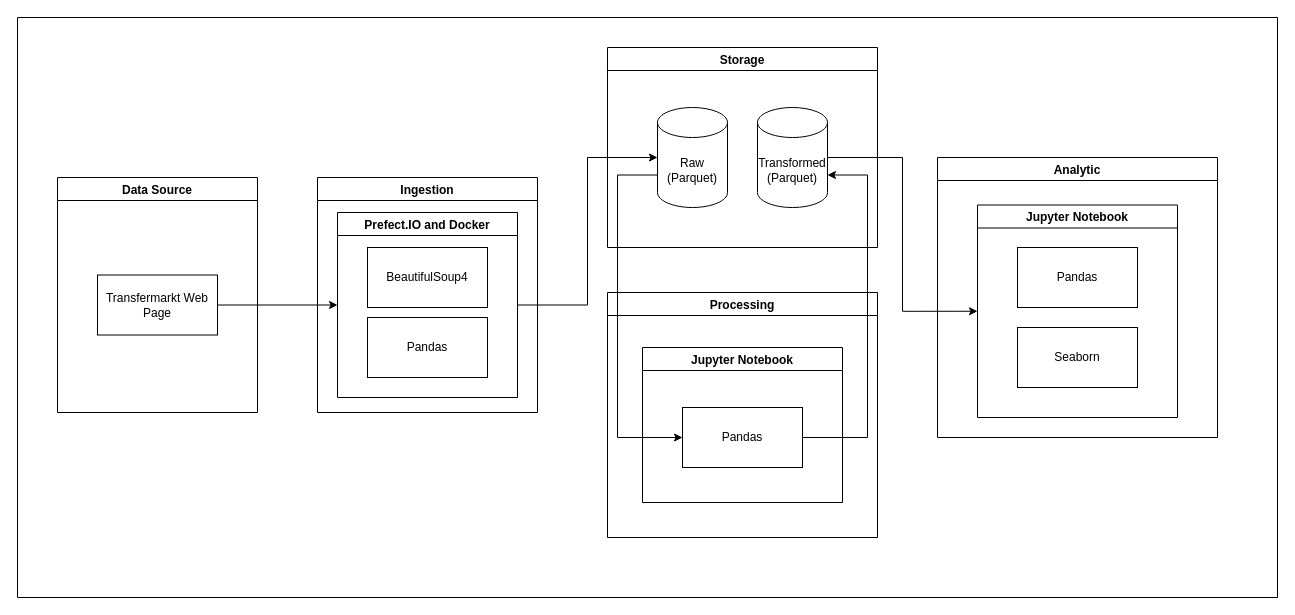
The draw.io diagram docs/diagrams/transfermarkt-prefect-architecture.drawio in dendihandian/transfermarkt-prefect, before the edit. Source tidied: cells renumbered, new cells numbered last; positions are measured from the earlier drawing's top-left corner, leaving out a move shared by most shapes. Both pictures are drawn from the tidied source at 100%, with x=0, y=0 at pixel (17, 17).
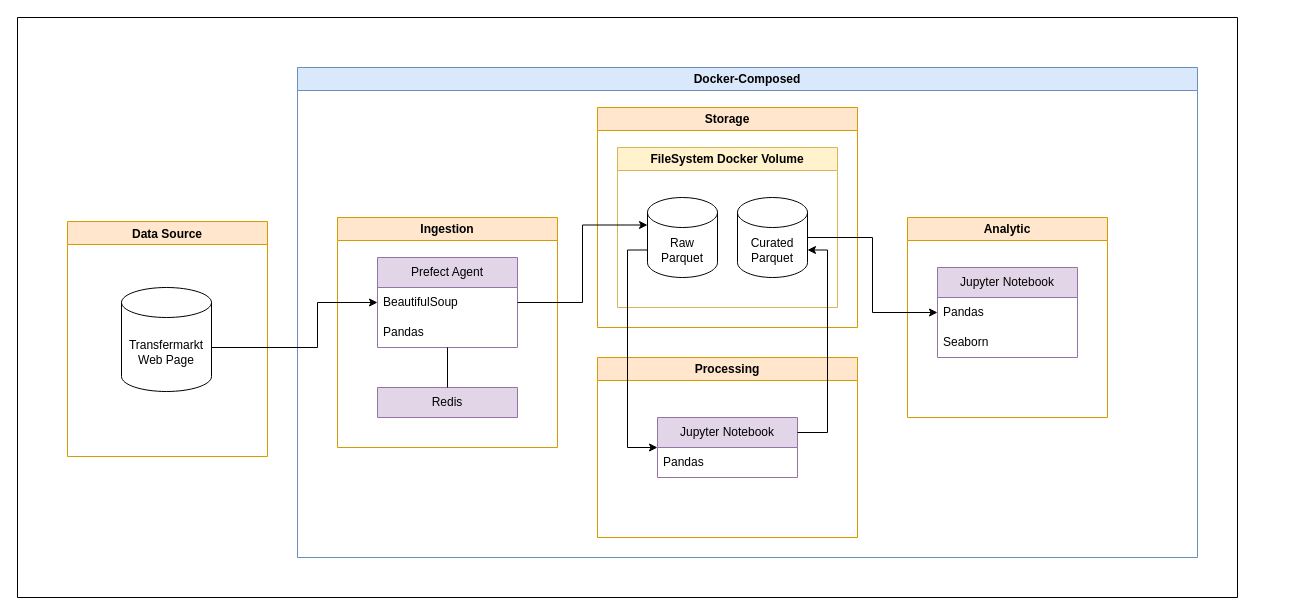
The same page after the edit.

The edit, as a diff of the source:
```diff
@@
     <mxCell id="2" style="swimlane;startSize=0;" parent="1" vertex="1">
-      <mxGeometry width="1260" height="580" as="geometry" />
+      <mxGeometry width="1220" height="580" as="geometry" />
     </mxCell>
+    <mxCell id="24" value="Docker-Composed" style="swimlane;whiteSpace=wrap;html=1;fillColor=#dae8fc;strokeColor=#6c8ebf;" parent="2" vertex="1">
+      <mxGeometry x="280" y="50" width="900" height="490" as="geometry" />
+    </mxCell>
+    <mxCell id="5" value="Ingestion" style="swimlane;whiteSpace=wrap;html=1;fillColor=#ffe6cc;strokeColor=#d79b00;" parent="24" vertex="1">
+      <mxGeometry x="40" y="150" width="220" height="230" as="geometry" />
+    </mxCell>
+    <mxCell id="25" value="Prefect Agent" style="swimlane;fontStyle=0;horizontal=1;startSize=30;whiteSpace=wrap;html=1;fillColor=#e1d5e7;strokeColor=#9673a6;" parent="5" vertex="1">
+      <mxGeometry x="40" y="40" width="140" height="90" as="geometry" />
+    </mxCell>
+    <mxCell id="26" value="BeautifulSoup" style="text;strokeColor=none;fillColor=none;align=left;verticalAlign=middle;spacingLeft=4;spacingRight=4;overflow=hidden;whiteSpace=wrap;html=1;" parent="25" vertex="1">
+      <mxGeometry y="30" width="140" height="30" as="geometry" />
+    </mxCell>
+    <mxCell id="27" value="Pandas" style="text;strokeColor=none;fillColor=none;align=left;verticalAlign=middle;spacingLeft=4;spacingRight=4;overflow=hidden;whiteSpace=wrap;html=1;" parent="25" vertex="1">
+      <mxGeometry y="60" width="140" height="30" as="geometry" />
+    </mxCell>
+    <mxCell id="28" value="Redis" style="swimlane;fontStyle=0;horizontal=1;startSize=30;whiteSpace=wrap;html=1;fillColor=#e1d5e7;strokeColor=#9673a6;" parent="5" vertex="1" collapsed="1">
+      <mxGeometry x="40" y="170" width="140" height="30" as="geometry" />
+    </mxCell>
+    <mxCell id="29" style="endArrow=none;html=1;rounded=0;exitX=0.5;exitY=0;exitDx=0;exitDy=0;entryX=0.5;entryY=1;entryDx=0;entryDy=0;" parent="5" edge="1" source="28" target="25">
+      <mxGeometry relative="1" as="geometry" />
+    </mxCell>
+    <mxCell id="17" value="Storage" style="swimlane;whiteSpace=wrap;html=1;fillColor=#ffe6cc;strokeColor=#d79b00;" parent="24" vertex="1">
+      <mxGeometry x="300" y="40" width="260" height="220" as="geometry" />
+    </mxCell>
+    <mxCell id="30" value="FileSystem Docker Volume" style="swimlane;whiteSpace=wrap;html=1;fillColor=#fff2cc;strokeColor=#d6b656;" parent="17" vertex="1">
+      <mxGeometry x="20" y="40" width="220" height="160" as="geometry" />
+    </mxCell>
+    <mxCell id="31" value="Raw Parquet" style="shape=cylinder3;whiteSpace=wrap;html=1;boundedLbl=1;backgroundOutline=1;size=15;" parent="30" vertex="1">
+      <mxGeometry x="30" y="50" width="70" height="80" as="geometry" />
+    </mxCell>
+    <mxCell id="32" value="Curated Parquet" style="shape=cylinder3;whiteSpace=wrap;html=1;boundedLbl=1;backgroundOutline=1;size=15;" parent="30" vertex="1">
+      <mxGeometry x="120" y="50" width="70" height="80" as="geometry" />
+    </mxCell>
+    <mxCell id="33" style="edgeStyle=orthogonalEdgeStyle;rounded=0;jettySize=auto;html=1;exitX=1;exitY=0.5;exitDx=0;exitDy=0;entryX=0;entryY=0;entryDx=0;entryDy=27.5;entryPerimeter=0;" parent="24" edge="1" source="25" target="31">
+      <mxGeometry relative="1" as="geometry" />
+    </mxCell>
+    <mxCell id="10" value="Processing" style="swimlane;whiteSpace=wrap;html=1;fillColor=#ffe6cc;strokeColor=#d79b00;" parent="24" vertex="1">
+      <mxGeometry x="300" y="290" width="260" height="180" as="geometry" />
+    </mxCell>
+    <mxCell id="34" value="Jupyter Notebook" style="swimlane;fontStyle=0;horizontal=1;startSize=30;whiteSpace=wrap;html=1;fillColor=#e1d5e7;strokeColor=#9673a6;" parent="10" vertex="1">
+      <mxGeometry x="60" y="60" width="140" height="60" as="geometry" />
+    </mxCell>
+    <mxCell id="35" value="Pandas" style="text;strokeColor=none;fillColor=none;align=left;verticalAlign=middle;spacingLeft=4;spacingRight=4;overflow=hidden;whiteSpace=wrap;html=1;" parent="34" vertex="1">
+      <mxGeometry y="30" width="140" height="30" as="geometry" />
+    </mxCell>
+    <mxCell id="36" style="edgeStyle=orthogonalEdgeStyle;rounded=0;jettySize=auto;html=1;exitX=0;exitY=0;exitDx=0;exitDy=52.5;exitPerimeter=0;entryX=0;entryY=0.5;entryDx=0;entryDy=0;" parent="24" edge="1" source="31" target="34">
+      <mxGeometry relative="1" as="geometry" />
+    </mxCell>
+    <mxCell id="37" style="edgeStyle=orthogonalEdgeStyle;rounded=0;jettySize=auto;html=1;exitX=1;exitY=0.25;exitDx=0;exitDy=0;entryX=1;entryY=0;entryDx=0;entryDy=52.5;entryPerimeter=0;" parent="24" edge="1" source="34" target="32">
+      <mxGeometry relative="1" as="geometry" />
+    </mxCell>
+    <mxCell id="13" value="Analytic" style="swimlane;whiteSpace=wrap;html=1;fillColor=#ffe6cc;strokeColor=#d79b00;" parent="24" vertex="1">
+      <mxGeometry x="610" y="150" width="200" height="200" as="geometry" />
+    </mxCell>
+    <mxCell id="38" value="Jupyter Notebook" style="swimlane;fontStyle=0;horizontal=1;startSize=30;whiteSpace=wrap;html=1;fillColor=#e1d5e7;strokeColor=#9673a6;" parent="13" vertex="1">
+      <mxGeometry x="30" y="50" width="140" height="90" as="geometry" />
+    </mxCell>
+    <mxCell id="39" value="Pandas" style="text;strokeColor=none;fillColor=none;align=left;verticalAlign=middle;spacingLeft=4;spacingRight=4;overflow=hidden;whiteSpace=wrap;html=1;" parent="38" vertex="1">
+      <mxGeometry y="30" width="140" height="30" as="geometry" />
+    </mxCell>
+    <mxCell id="16" value="Seaborn" style="text;strokeColor=none;fillColor=none;align=left;verticalAlign=middle;spacingLeft=4;spacingRight=4;overflow=hidden;whiteSpace=wrap;html=1;" parent="38" vertex="1">
+      <mxGeometry y="60" width="140" height="30" as="geometry" />
+    </mxCell>
+    <mxCell id="40" style="edgeStyle=orthogonalEdgeStyle;rounded=0;jettySize=auto;html=1;exitX=1;exitY=0.5;exitDx=0;exitDy=0;exitPerimeter=0;entryX=0;entryY=0.5;entryDx=0;entryDy=0;" parent="24" edge="1" source="32" target="38">
+      <mxGeometry relative="1" as="geometry" />
+    </mxCell>
-    <mxCell id="3" value="Data Source" style="swimlane;" parent="2" vertex="1">
-      <mxGeometry x="40" y="160" width="200" height="235" as="geometry" />
+    <mxCell id="3" value="Data Source" style="swimlane;fillColor=#ffe6cc;strokeColor=#d79b00;" parent="2" vertex="1">
+      <mxGeometry x="50" y="204" width="200" height="235" as="geometry" />
     </mxCell>
-    <mxCell id="4" value="Transfermarkt Web Page" style="rounded=0;whiteSpace=wrap;html=1;" parent="3" vertex="1">
-      <mxGeometry x="40" y="97.5" width="120" height="60" as="geometry" />
+    <mxCell id="4" value="Transfermarkt Web Page" style="shape=cylinder3;whiteSpace=wrap;html=1;boundedLbl=1;backgroundOutline=1;size=15;" parent="3" vertex="1">
+      <mxGeometry x="54" y="66" width="90" height="104" as="geometry" />
     </mxCell>
-    <mxCell id="5" value="Ingestion" style="swimlane;" parent="2" vertex="1">
-      <mxGeometry x="300" y="160" width="220" height="235" as="geometry" />
-    </mxCell>
-    <mxCell id="6" value="Prefect.IO and Docker" style="swimlane;" parent="5" vertex="1">
-      <mxGeometry x="20" y="35" width="180" height="185" as="geometry" />
-    </mxCell>
-    <mxCell id="7" value="BeautifulSoup4" style="rounded=0;whiteSpace=wrap;html=1;" parent="6" vertex="1">
-      <mxGeometry x="30" y="35" width="120" height="60" as="geometry" />
-    </mxCell>
-    <mxCell id="8" value="Pandas" style="rounded=0;whiteSpace=wrap;html=1;" parent="6" vertex="1">
-      <mxGeometry x="30" y="105" width="120" height="60" as="geometry" />
-    </mxCell>
-    <mxCell id="9" style="endArrow=classic;html=1;rounded=0;exitX=1;exitY=0.5;exitDx=0;exitDy=0;entryX=0;entryY=0.5;entryDx=0;entryDy=0;" parent="2" edge="1" source="4" target="6">
-      <mxGeometry relative="1" as="geometry" />
-    </mxCell>
-    <mxCell id="10" value="Processing" style="swimlane;" parent="2" vertex="1">
-      <mxGeometry x="590" y="275" width="270" height="245" as="geometry" />
-    </mxCell>
-    <mxCell id="11" value="Jupyter Notebook" style="swimlane;" parent="10" vertex="1">
-      <mxGeometry x="35" y="55" width="200" height="155" as="geometry" />
-    </mxCell>
-    <mxCell id="12" value="Pandas" style="rounded=0;whiteSpace=wrap;html=1;" parent="11" vertex="1">
-      <mxGeometry x="40" y="60" width="120" height="60" as="geometry" />
-    </mxCell>
-    <mxCell id="13" value="Analytic" style="swimlane;" parent="2" vertex="1">
-      <mxGeometry x="920" y="140" width="280" height="280" as="geometry" />
-    </mxCell>
-    <mxCell id="14" value="Jupyter Notebook" style="swimlane;" parent="13" vertex="1">
-      <mxGeometry x="40" y="47.5" width="200" height="212.5" as="geometry" />
-    </mxCell>
-    <mxCell id="15" value="Pandas" style="rounded=0;whiteSpace=wrap;html=1;" parent="14" vertex="1">
-      <mxGeometry x="40" y="42.5" width="120" height="60" as="geometry" />
-    </mxCell>
-    <mxCell id="16" value="Seaborn" style="rounded=0;whiteSpace=wrap;html=1;" parent="14" vertex="1">
-      <mxGeometry x="40" y="122.5" width="120" height="60" as="geometry" />
-    </mxCell>
-    <mxCell id="17" value="Storage" style="swimlane;" parent="1" vertex="1">
-      <mxGeometry x="590" y="30" width="270" height="200" as="geometry" />
-    </mxCell>
-    <mxCell id="18" value="Raw (Parquet)" style="shape=cylinder3;whiteSpace=wrap;html=1;boundedLbl=1;backgroundOutline=1;size=15;" parent="17" vertex="1">
-      <mxGeometry x="50" y="60" width="70" height="100" as="geometry" />
-    </mxCell>
-    <mxCell id="19" value="Transformed (Parquet)" style="shape=cylinder3;whiteSpace=wrap;html=1;boundedLbl=1;backgroundOutline=1;size=15;" parent="17" vertex="1">
-      <mxGeometry x="150" y="60" width="70" height="100" as="geometry" />
-    </mxCell>
-    <mxCell id="20" style="edgeStyle=orthogonalEdgeStyle;rounded=0;jettySize=auto;html=1;exitX=0;exitY=0;exitDx=0;exitDy=67.5;exitPerimeter=0;entryX=0;entryY=0.5;entryDx=0;entryDy=0;" parent="1" edge="1" source="18" target="12">
-      <mxGeometry relative="1" as="geometry">
-        <Array as="points">
-          <mxPoint x="600" y="158" />
-          <mxPoint x="600" y="420" />
-        </Array>
-      </mxGeometry>
-    </mxCell>
-    <mxCell id="21" style="edgeStyle=orthogonalEdgeStyle;rounded=0;jettySize=auto;html=1;exitX=1;exitY=0.5;exitDx=0;exitDy=0;entryX=1;entryY=0;entryDx=0;entryDy=67.5;entryPerimeter=0;" parent="1" edge="1" source="12" target="19">
-      <mxGeometry relative="1" as="geometry">
-        <Array as="points">
-          <mxPoint x="850" y="420" />
-          <mxPoint x="850" y="158" />
-        </Array>
-      </mxGeometry>
-    </mxCell>
-    <mxCell id="22" style="edgeStyle=orthogonalEdgeStyle;rounded=0;jettySize=auto;html=1;exitX=1;exitY=0.5;exitDx=0;exitDy=0;entryX=0;entryY=0.5;entryDx=0;entryDy=0;entryPerimeter=0;" parent="1" edge="1" source="6" target="18">
-      <mxGeometry relative="1" as="geometry" />
-    </mxCell>
-    <mxCell id="23" style="edgeStyle=orthogonalEdgeStyle;rounded=0;jettySize=auto;html=1;exitX=1;exitY=0.5;exitDx=0;exitDy=0;exitPerimeter=0;entryX=0;entryY=0.5;entryDx=0;entryDy=0;" parent="1" edge="1" source="19" target="14">
-      <mxGeometry relative="1" as="geometry" />
-    </mxCell>
+    <mxCell id="41" style="edgeStyle=orthogonalEdgeStyle;rounded=0;jettySize=auto;html=1;exitX=1;exitY=0.5;exitDx=0;exitDy=0;entryX=0;entryY=0.5;entryDx=0;entryDy=0;exitPerimeter=0;" parent="2" edge="1" source="4" target="25">
+      <mxGeometry relative="1" as="geometry">
+        <Array as="points">
+          <mxPoint x="194" y="330" />
+          <mxPoint x="300" y="330" />
+          <mxPoint x="300" y="285" />
+        </Array>
+      </mxGeometry>
+    </mxCell>
```
